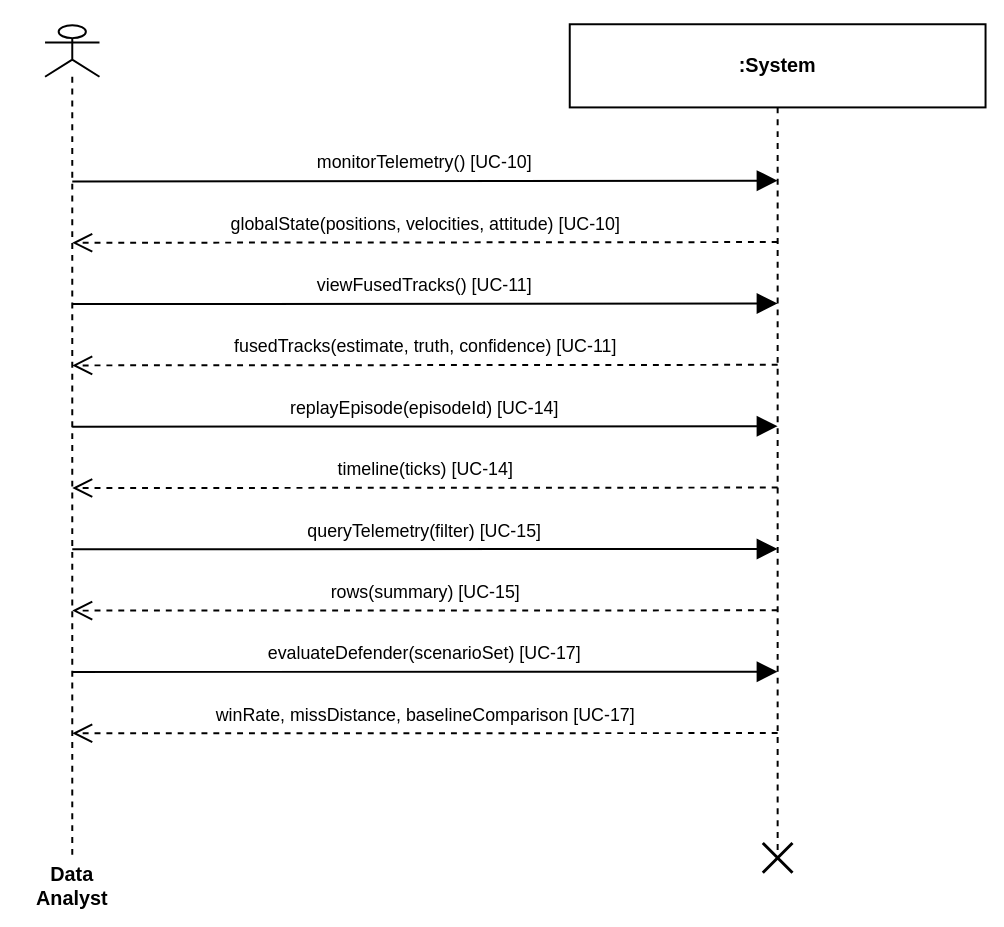
This is page "SSD: Data Analyst" (2 of 3) of 11_system_sequence_diagram.drawio from syedmohammad611/diagrams, a draw.io file, before an edit. Source tidied: cells renumbered, new cells numbered last; positions are measured from the earlier drawing's top-left corner, leaving out a move shared by most shapes. Both pictures are drawn from the tidied source at 99%, with x=0, y=0 at pixel (45, 24).
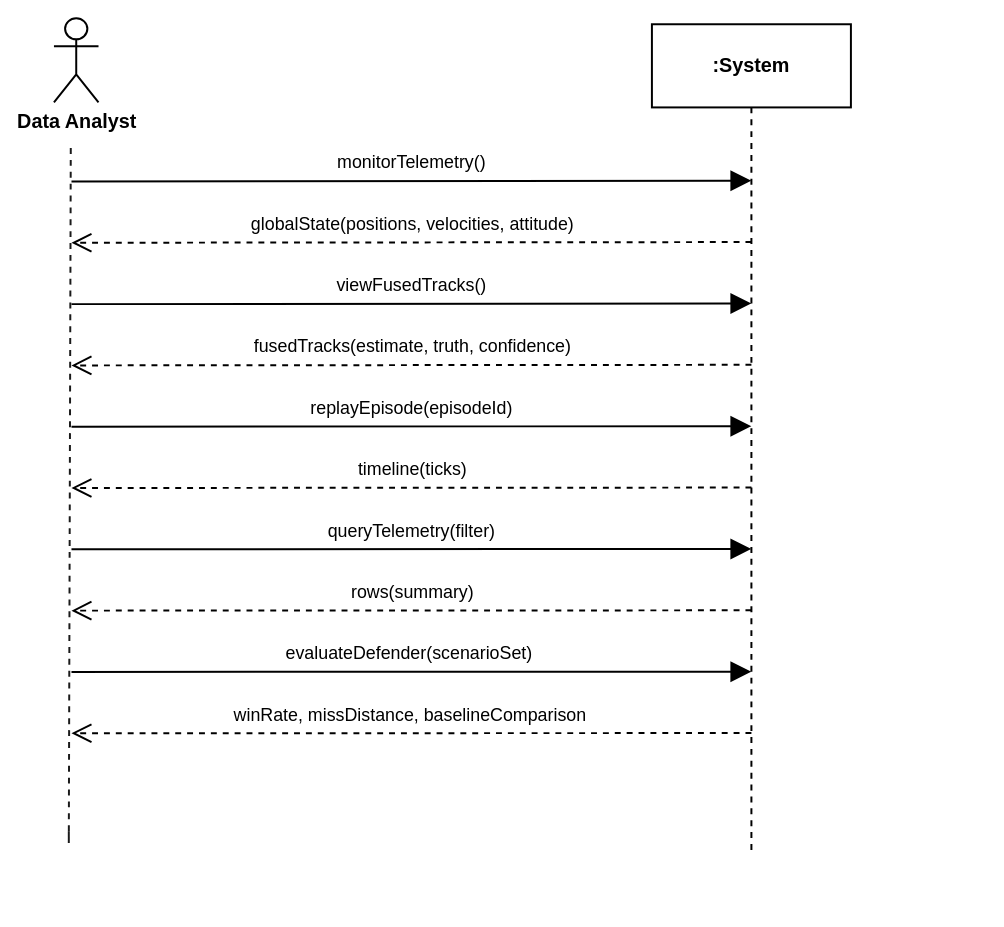
Above is the later version.

The edit, as a diff of the source:
```diff
@@
-    <mxCell id="2" value="Data Analyst" style="shape=umlLifeline;perimeter=lifelinePerimeter;whiteSpace=wrap;html=1;outlineConnect=0;participant=umlActor;fillColor=none;strokeColor=#000000;fontColor=#000000;fontFamily=Helvetica;strokeWidth=2;fontSize=20;fontStyle=1;size=52;verticalLabelPosition=bottom;verticalAlign=top;" parent="1" vertex="1">
-      <mxGeometry y="1" width="55" height="839" as="geometry" />
-    </mxCell>
     <mxCell id="3" value="&lt;font style=&quot;font-size: 20px;&quot;&gt;:System&lt;/font&gt;" style="shape=umlLifeline;perimeter=lifelinePerimeter;whiteSpace=wrap;html=1;outlineConnect=0;fillColor=none;strokeColor=#000000;fontColor=#000000;fontFamily=Helvetica;strokeWidth=2;fontSize=18;fontStyle=1;size=84;" parent="1" vertex="1">
-      <mxGeometry x="530" width="420" height="840" as="geometry" />
+      <mxGeometry x="613" width="201" height="840" as="geometry" />
     </mxCell>
-    <mxCell id="4" value="monitorTelemetry()  [UC-10]" style="html=1;verticalAlign=bottom;endArrow=block;endFill=1;fillColor=none;strokeColor=#000000;fontColor=#000000;fontFamily=Helvetica;strokeWidth=2;fontSize=18;labelBackgroundColor=#FFFFFF;spacingBottom=4;exitX=0.5;exitY=0.188095;exitDx=0;exitDy=0;entryX=0.5;entryY=0.188095;entryDx=0;entryDy=0;endSize=16;" parent="1" edge="1" source="2" target="3">
-      <mxGeometry relative="1" as="geometry" />
+    <mxCell id="4" value="monitorTelemetry()" style="html=1;verticalAlign=bottom;endArrow=block;endFill=1;fillColor=none;strokeColor=#000000;fontColor=#000000;fontFamily=Helvetica;strokeWidth=2;fontSize=18;labelBackgroundColor=#FFFFFF;spacingBottom=4;exitX=0.5;exitY=0.188095;exitDx=0;exitDy=0;entryX=0.5;entryY=0.188095;entryDx=0;entryDy=0;endSize=16;" parent="1" edge="1" target="3">
+      <mxGeometry relative="1" as="geometry">
+        <mxPoint x="26.7" y="158.8" as="sourcePoint" />
+      </mxGeometry>
     </mxCell>
-    <mxCell id="5" value="globalState(positions, velocities, attitude)  [UC-10]" style="html=1;verticalAlign=bottom;endArrow=open;endFill=0;dashed=1;fillColor=none;strokeColor=#000000;fontColor=#000000;fontFamily=Helvetica;strokeWidth=2;fontSize=18;labelBackgroundColor=#FFFFFF;spacingBottom=4;exitX=0.5;exitY=0.261905;exitDx=0;exitDy=0;entryX=0.5;entryY=0.261905;entryDx=0;entryDy=0;endSize=16;" parent="1" edge="1" source="3" target="2">
-      <mxGeometry relative="1" as="geometry" />
+    <mxCell id="5" value="globalState(positions, velocities, attitude)" style="html=1;verticalAlign=bottom;endArrow=open;endFill=0;dashed=1;fillColor=none;strokeColor=#000000;fontColor=#000000;fontFamily=Helvetica;strokeWidth=2;fontSize=18;labelBackgroundColor=#FFFFFF;spacingBottom=4;exitX=0.5;exitY=0.261905;exitDx=0;exitDy=0;entryX=0.5;entryY=0.261905;entryDx=0;entryDy=0;endSize=16;" parent="1" edge="1" source="3">
+      <mxGeometry relative="1" as="geometry">
+        <mxPoint x="26.7" y="220.7" as="targetPoint" />
+      </mxGeometry>
     </mxCell>
-    <mxCell id="6" value="viewFusedTracks()  [UC-11]" style="html=1;verticalAlign=bottom;endArrow=block;endFill=1;fillColor=none;strokeColor=#000000;fontColor=#000000;fontFamily=Helvetica;strokeWidth=2;fontSize=18;labelBackgroundColor=#FFFFFF;spacingBottom=4;exitX=0.5;exitY=0.335714;exitDx=0;exitDy=0;entryX=0.5;entryY=0.335714;entryDx=0;entryDy=0;endSize=16;" parent="1" edge="1" source="2" target="3">
-      <mxGeometry relative="1" as="geometry" />
+    <mxCell id="6" value="viewFusedTracks()" style="html=1;verticalAlign=bottom;endArrow=block;endFill=1;fillColor=none;strokeColor=#000000;fontColor=#000000;fontFamily=Helvetica;strokeWidth=2;fontSize=18;labelBackgroundColor=#FFFFFF;spacingBottom=4;exitX=0.5;exitY=0.335714;exitDx=0;exitDy=0;entryX=0.5;entryY=0.335714;entryDx=0;entryDy=0;endSize=16;" parent="1" edge="1" target="3">
+      <mxGeometry relative="1" as="geometry">
+        <mxPoint x="26.7" y="282.7" as="sourcePoint" />
+      </mxGeometry>
     </mxCell>
-    <mxCell id="7" value="fusedTracks(estimate, truth, confidence)  [UC-11]" style="html=1;verticalAlign=bottom;endArrow=open;endFill=0;dashed=1;fillColor=none;strokeColor=#000000;fontColor=#000000;fontFamily=Helvetica;strokeWidth=2;fontSize=18;labelBackgroundColor=#FFFFFF;spacingBottom=4;exitX=0.5;exitY=0.409524;exitDx=0;exitDy=0;entryX=0.5;entryY=0.409524;entryDx=0;entryDy=0;endSize=16;" parent="1" edge="1" source="3" target="2">
-      <mxGeometry relative="1" as="geometry" />
+    <mxCell id="7" value="fusedTracks(estimate, truth, confidence)&lt;br&gt;" style="html=1;verticalAlign=bottom;endArrow=open;endFill=0;dashed=1;fillColor=none;strokeColor=#000000;fontColor=#000000;fontFamily=Helvetica;strokeWidth=2;fontSize=18;labelBackgroundColor=#FFFFFF;spacingBottom=4;exitX=0.5;exitY=0.409524;exitDx=0;exitDy=0;entryX=0.5;entryY=0.409524;entryDx=0;entryDy=0;endSize=16;" parent="1" edge="1" source="3">
+      <mxGeometry relative="1" as="geometry">
+        <mxPoint x="26.7" y="344.6" as="targetPoint" />
+      </mxGeometry>
     </mxCell>
-    <mxCell id="8" value="replayEpisode(episodeId)  [UC-14]" style="html=1;verticalAlign=bottom;endArrow=block;endFill=1;fillColor=none;strokeColor=#000000;fontColor=#000000;fontFamily=Helvetica;strokeWidth=2;fontSize=18;labelBackgroundColor=#FFFFFF;spacingBottom=4;exitX=0.5;exitY=0.483333;exitDx=0;exitDy=0;entryX=0.5;entryY=0.483333;entryDx=0;entryDy=0;endSize=16;" parent="1" edge="1" source="2" target="3">
-      <mxGeometry relative="1" as="geometry" />
+    <mxCell id="8" value="replayEpisode(episodeId)&lt;br&gt;" style="html=1;verticalAlign=bottom;endArrow=block;endFill=1;fillColor=none;strokeColor=#000000;fontColor=#000000;fontFamily=Helvetica;strokeWidth=2;fontSize=18;labelBackgroundColor=#FFFFFF;spacingBottom=4;exitX=0.5;exitY=0.483333;exitDx=0;exitDy=0;entryX=0.5;entryY=0.483333;entryDx=0;entryDy=0;endSize=16;" parent="1" edge="1" target="3">
+      <mxGeometry relative="1" as="geometry">
+        <mxPoint x="26.7" y="406.5" as="sourcePoint" />
+      </mxGeometry>
     </mxCell>
-    <mxCell id="9" value="timeline(ticks)  [UC-14]" style="html=1;verticalAlign=bottom;endArrow=open;endFill=0;dashed=1;fillColor=none;strokeColor=#000000;fontColor=#000000;fontFamily=Helvetica;strokeWidth=2;fontSize=18;labelBackgroundColor=#FFFFFF;spacingBottom=4;exitX=0.5;exitY=0.557143;exitDx=0;exitDy=0;entryX=0.5;entryY=0.557143;entryDx=0;entryDy=0;endSize=16;" parent="1" edge="1" source="3" target="2">
-      <mxGeometry relative="1" as="geometry" />
+    <mxCell id="9" value="timeline(ticks)&lt;br&gt;" style="html=1;verticalAlign=bottom;endArrow=open;endFill=0;dashed=1;fillColor=none;strokeColor=#000000;fontColor=#000000;fontFamily=Helvetica;strokeWidth=2;fontSize=18;labelBackgroundColor=#FFFFFF;spacingBottom=4;exitX=0.5;exitY=0.557143;exitDx=0;exitDy=0;entryX=0.5;entryY=0.557143;entryDx=0;entryDy=0;endSize=16;" parent="1" edge="1" source="3">
+      <mxGeometry relative="1" as="geometry">
+        <mxPoint x="26.7" y="468.4" as="targetPoint" />
+      </mxGeometry>
     </mxCell>
-    <mxCell id="10" value="queryTelemetry(filter)  [UC-15]" style="html=1;verticalAlign=bottom;endArrow=block;endFill=1;fillColor=none;strokeColor=#000000;fontColor=#000000;fontFamily=Helvetica;strokeWidth=2;fontSize=18;labelBackgroundColor=#FFFFFF;spacingBottom=4;exitX=0.5;exitY=0.630952;exitDx=0;exitDy=0;entryX=0.5;entryY=0.630952;entryDx=0;entryDy=0;endSize=16;" parent="1" edge="1" source="2" target="3">
-      <mxGeometry relative="1" as="geometry" />
+    <mxCell id="10" value="queryTelemetry(filter)&lt;br&gt;" style="html=1;verticalAlign=bottom;endArrow=block;endFill=1;fillColor=none;strokeColor=#000000;fontColor=#000000;fontFamily=Helvetica;strokeWidth=2;fontSize=18;labelBackgroundColor=#FFFFFF;spacingBottom=4;exitX=0.5;exitY=0.630952;exitDx=0;exitDy=0;entryX=0.5;entryY=0.630952;entryDx=0;entryDy=0;endSize=16;" parent="1" edge="1" target="3">
+      <mxGeometry relative="1" as="geometry">
+        <mxPoint x="26.7" y="530.4" as="sourcePoint" />
+      </mxGeometry>
     </mxCell>
-    <mxCell id="11" value="rows(summary)  [UC-15]" style="html=1;verticalAlign=bottom;endArrow=open;endFill=0;dashed=1;fillColor=none;strokeColor=#000000;fontColor=#000000;fontFamily=Helvetica;strokeWidth=2;fontSize=18;labelBackgroundColor=#FFFFFF;spacingBottom=4;exitX=0.5;exitY=0.704762;exitDx=0;exitDy=0;entryX=0.5;entryY=0.704762;entryDx=0;entryDy=0;endSize=16;" parent="1" edge="1" source="3" target="2">
-      <mxGeometry relative="1" as="geometry" />
+    <mxCell id="11" value="rows(summary)&lt;br&gt;" style="html=1;verticalAlign=bottom;endArrow=open;endFill=0;dashed=1;fillColor=none;strokeColor=#000000;fontColor=#000000;fontFamily=Helvetica;strokeWidth=2;fontSize=18;labelBackgroundColor=#FFFFFF;spacingBottom=4;exitX=0.5;exitY=0.704762;exitDx=0;exitDy=0;entryX=0.5;entryY=0.704762;entryDx=0;entryDy=0;endSize=16;" parent="1" edge="1" source="3">
+      <mxGeometry relative="1" as="geometry">
+        <mxPoint x="26.7" y="592.3" as="targetPoint" />
+      </mxGeometry>
     </mxCell>
-    <mxCell id="12" value="evaluateDefender(scenarioSet)  [UC-17]" style="html=1;verticalAlign=bottom;endArrow=block;endFill=1;fillColor=none;strokeColor=#000000;fontColor=#000000;fontFamily=Helvetica;strokeWidth=2;fontSize=18;labelBackgroundColor=#FFFFFF;spacingBottom=4;exitX=0.5;exitY=0.778571;exitDx=0;exitDy=0;entryX=0.5;entryY=0.778571;entryDx=0;entryDy=0;endSize=16;" parent="1" edge="1" source="2" target="3">
-      <mxGeometry relative="1" as="geometry" />
+    <mxCell id="12" value="evaluateDefender(scenarioSet)&amp;nbsp;&lt;br&gt;" style="html=1;verticalAlign=bottom;endArrow=block;endFill=1;fillColor=none;strokeColor=#000000;fontColor=#000000;fontFamily=Helvetica;strokeWidth=2;fontSize=18;labelBackgroundColor=#FFFFFF;spacingBottom=4;exitX=0.5;exitY=0.778571;exitDx=0;exitDy=0;entryX=0.5;entryY=0.778571;entryDx=0;entryDy=0;endSize=16;" parent="1" edge="1" target="3">
+      <mxGeometry relative="1" as="geometry">
+        <mxPoint x="26.7" y="654.2" as="sourcePoint" />
+      </mxGeometry>
     </mxCell>
-    <mxCell id="13" value="winRate, missDistance, baselineComparison  [UC-17]" style="html=1;verticalAlign=bottom;endArrow=open;endFill=0;dashed=1;fillColor=none;strokeColor=#000000;fontColor=#000000;fontFamily=Helvetica;strokeWidth=2;fontSize=18;labelBackgroundColor=#FFFFFF;spacingBottom=4;exitX=0.5;exitY=0.852381;exitDx=0;exitDy=0;entryX=0.5;entryY=0.852381;entryDx=0;entryDy=0;endSize=16;" parent="1" edge="1" source="3" target="2">
-      <mxGeometry relative="1" as="geometry" />
+    <mxCell id="13" value="winRate, missDistance, baselineComparison&amp;nbsp;" style="html=1;verticalAlign=bottom;endArrow=open;endFill=0;dashed=1;fillColor=none;strokeColor=#000000;fontColor=#000000;fontFamily=Helvetica;strokeWidth=2;fontSize=18;labelBackgroundColor=#FFFFFF;spacingBottom=4;exitX=0.5;exitY=0.852381;exitDx=0;exitDy=0;entryX=0.5;entryY=0.852381;entryDx=0;entryDy=0;endSize=16;" parent="1" edge="1" source="3">
+      <mxGeometry relative="1" as="geometry">
+        <mxPoint x="26.7" y="716.1" as="targetPoint" />
+      </mxGeometry>
     </mxCell>
-    <mxCell id="14" style="shape=umlDestroy;whiteSpace=wrap;html=1;strokeWidth=3;targetShapes=umlLifeline;" parent="1" vertex="1">
-      <mxGeometry x="725" y="827" width="30" height="30" as="geometry" />
-    </mxCell>
+    <mxCell id="15" style="endArrow=none;dashed=1;html=1;strokeColor=#1A1A1A;strokeWidth=2;startArrow=none;" parent="1" edge="1">
+      <mxGeometry relative="1" as="geometry">
+        <mxPoint x="24" y="827" as="sourcePoint" />
+        <mxPoint x="26" y="121" as="targetPoint" />
+      </mxGeometry>
+    </mxCell>
+    <mxCell id="2" value="&lt;b&gt;Data Analyst&lt;/b&gt;" style="shape=umlActor;verticalLabelPosition=bottom;verticalAlign=top;html=1;outlineConnect=0;fillColor=none;strokeColor=#000000;strokeWidth=2;fontSize=20;fontFamily=Helvetica;fontColor=#000000;fontStyle=1;" parent="1" vertex="1">
+      <mxGeometry x="9" y="-6" width="45" height="85" as="geometry" />
+    </mxCell>
+    <mxCell id="16" style="endArrow=none;dashed=1;html=1;strokeColor=#1A1A1A;strokeWidth=2;" parent="1" edge="1">
+      <mxGeometry relative="1" as="geometry">
+        <mxPoint x="24" y="815" as="sourcePoint" />
+        <mxPoint x="24" y="827" as="targetPoint" />
+      </mxGeometry>
+    </mxCell>
```
